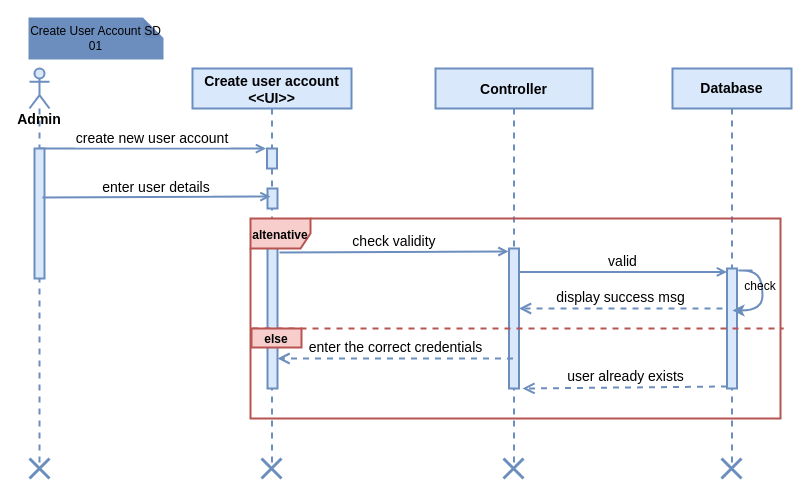
The draw.io diagram page "Create user SD" (1 of 6) of Sequence Diagram.drawio in fasil712/UML_Diagram_Design, before the edit. Source tidied: cells renumbered, new cells numbered last; positions are measured from the earlier drawing's top-left corner, leaving out a move shared by most shapes. Both pictures are drawn from the tidied source at 100%, with x=0, y=0 at pixel (29, 18).
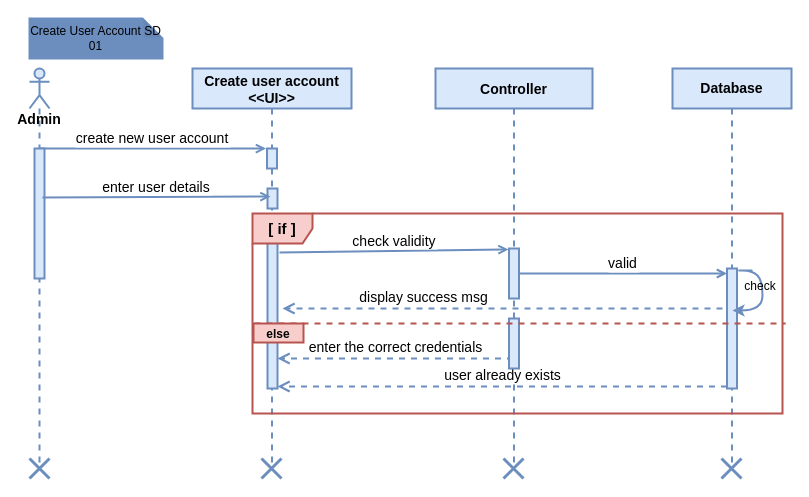
After the change.

The change refers to these unchanged cells:
```xml
<mxCell id="2" style="group;" parent="1" vertex="1">
  <mxGeometry width="762" height="460" as="geometry" />
</mxCell>
<mxCell id="6" style="html=1;points=[];perimeter=orthogonalPerimeter;fillColor=#dae8fc;strokeColor=#6c8ebf;fontSize=16;strokeWidth=2;" parent="3" vertex="1">
  <mxGeometry x="75" y="160" width="10" height="160" as="geometry" />
</mxCell>
<mxCell id="7" value="Controller" style="shape=umlLifeline;perimeter=lifelinePerimeter;rounded=0;shadow=0;strokeWidth=2;fillColor=#dae8fc;strokeColor=#6c8ebf;fontSize=14;fontStyle=1;" parent="2" vertex="1">
  <mxGeometry x="406" y="50" width="157" height="400" as="geometry" />
</mxCell>
<mxCell id="12" value="Database" style="shape=umlLifeline;perimeter=lifelinePerimeter;whiteSpace=wrap;html=1;fillColor=#dae8fc;strokeColor=#6c8ebf;fontSize=14;strokeWidth=2;fontStyle=1;" parent="2" vertex="1">
  <mxGeometry x="643" y="50" width="119" height="400" as="geometry" />
</mxCell>
<mxCell id="13" style="points=[];perimeter=orthogonalPerimeter;rounded=0;shadow=0;strokeWidth=2;fillColor=#dae8fc;strokeColor=#6c8ebf;fontSize=16;" parent="12" vertex="1">
  <mxGeometry x="54.5" y="200" width="10" height="120" as="geometry" />
</mxCell>
```

What changed in the source:
```diff
@@
     <mxCell id="8" style="points=[];perimeter=orthogonalPerimeter;rounded=0;shadow=0;strokeWidth=2;fillColor=#dae8fc;strokeColor=#6c8ebf;fontSize=16;" parent="7" vertex="1">
-      <mxGeometry x="73.5" y="180" width="10" height="140" as="geometry" />
+      <mxGeometry x="73.5" y="180" width="10" height="50" as="geometry" />
     </mxCell>
@@
-    <mxCell id="14" value="user already exists" style="html=1;verticalAlign=bottom;endArrow=open;dashed=1;endSize=8;rounded=0;fontSize=14;fontColor=#000000;strokeColor=#6C8EBF;strokeWidth=2;exitX=-0.2;exitY=0.475;exitDx=0;exitDy=0;exitPerimeter=0;" parent="12" edge="1">
+    <mxCell id="14" value="user already exists" style="html=1;verticalAlign=bottom;endArrow=open;dashed=1;endSize=8;rounded=0;fontSize=14;fontColor=#000000;strokeColor=#6C8EBF;strokeWidth=2;exitX=-0.2;exitY=0.475;exitDx=0;exitDy=0;exitPerimeter=0;" parent="12" edge="1" target="6">
       <mxGeometry relative="1" as="geometry">
         <mxPoint x="54.5" y="318" as="sourcePoint" />
-        <mxPoint x="-150" y="320" as="targetPoint" />
       </mxGeometry>
     </mxCell>
@@
-    <mxCell id="16" value="&lt;b&gt;&lt;font style=&quot;font-size: 12px;&quot;&gt;altenative&lt;/font&gt;&lt;/b&gt;" style="shape=umlFrame;whiteSpace=wrap;html=1;fillColor=#f8cecc;strokeColor=#b85450;fontSize=16;strokeWidth=2;" parent="2" vertex="1">
-      <mxGeometry x="221" y="200" width="530" height="200" as="geometry" />
-    </mxCell>
-    <mxCell id="17" style="endArrow=none;dashed=1;html=1;rounded=0;strokeWidth=2;strokeColor=#b85450;fillColor=#f8cecc;entryX=1.006;entryY=0.55;entryDx=0;entryDy=0;entryPerimeter=0;" parent="2" edge="1" target="16">
-      <mxGeometry relative="1" as="geometry">
-        <mxPoint x="223" y="310" as="sourcePoint" />
-      </mxGeometry>
-    </mxCell>
@@
-    <mxCell id="19" value="&lt;div&gt;&lt;font style=&quot;font-size: 14px;&quot;&gt;display success msg&lt;/font&gt;&lt;/div&gt;" style="html=1;verticalAlign=bottom;endArrow=open;dashed=1;endSize=8;rounded=0;fontSize=14;fontColor=#000000;strokeColor=#6C8EBF;strokeWidth=2;" parent="2" edge="1" target="8">
-      <mxGeometry relative="1" as="geometry">
+    <mxCell id="19" value="&lt;div&gt;&lt;font style=&quot;font-size: 14px;&quot;&gt;display success msg&lt;/font&gt;&lt;/div&gt;" style="html=1;verticalAlign=bottom;endArrow=open;dashed=1;endSize=8;rounded=0;fontSize=14;fontColor=#000000;strokeColor=#6C8EBF;strokeWidth=2;" parent="2" edge="1">
+      <mxGeometry x="0.36" relative="1" as="geometry">
         <mxPoint x="693" y="290" as="sourcePoint" />
+        <mxPoint x="253" y="290" as="targetPoint" />
       </mxGeometry>
     </mxCell>
-    <mxCell id="20" value="&lt;font style=&quot;font-size: 12px;&quot;&gt;&lt;b&gt;else&lt;/b&gt;&lt;/font&gt;" style="text;html=1;strokeColor=#b85450;fillColor=#f8cecc;align=center;verticalAlign=middle;whiteSpace=wrap;rounded=0;fontSize=14;strokeWidth=2;" parent="2" vertex="1">
-      <mxGeometry x="222" y="310" width="50" height="19" as="geometry" />
-    </mxCell>
@@
-    <mxCell id="25" value="valid" style="verticalAlign=bottom;endArrow=open;shadow=0;strokeWidth=2;exitX=1;exitY=0.167;exitDx=0;exitDy=0;exitPerimeter=0;fillColor=#dae8fc;strokeColor=#6c8ebf;fontSize=14;endFill=0;startArrow=none;" parent="2" edge="1" source="8" target="13">
+    <mxCell id="25" value="valid" style="verticalAlign=bottom;endArrow=open;shadow=0;strokeWidth=2;fillColor=#dae8fc;strokeColor=#6c8ebf;fontSize=14;endFill=0;startArrow=none;" parent="2" edge="1" source="8" target="13">
       <mxGeometry relative="1" as="geometry" />
     </mxCell>
@@
+    <mxCell id="30" style="perimeter=orthogonalPerimeter;rounded=0;shadow=0;strokeWidth=2;fillColor=#dae8fc;strokeColor=#6c8ebf;fontSize=16;" parent="2" vertex="1">
+      <mxGeometry x="479.5" y="300" width="10" height="50" as="geometry" />
+    </mxCell>
+    <mxCell id="31" style="group;" parent="2" vertex="1">
+      <mxGeometry x="223" y="195" width="530" height="200" as="geometry" />
+    </mxCell>
+    <mxCell id="16" value="&lt;font style=&quot;font-size: 15px;&quot;&gt;&lt;b&gt;[ if ]&lt;/b&gt;&lt;/font&gt;" style="shape=umlFrame;whiteSpace=wrap;html=1;fillColor=#f8cecc;strokeColor=#b85450;fontSize=16;strokeWidth=2;" parent="31" vertex="1">
+      <mxGeometry width="530" height="200" as="geometry" />
+    </mxCell>
+    <mxCell id="17" style="endArrow=none;dashed=1;html=1;rounded=0;strokeWidth=2;strokeColor=#b85450;fillColor=#f8cecc;entryX=1.006;entryY=0.55;entryDx=0;entryDy=0;entryPerimeter=0;" parent="31" edge="1" target="16">
+      <mxGeometry relative="1" as="geometry">
+        <mxPoint x="2" y="110" as="sourcePoint" />
+      </mxGeometry>
+    </mxCell>
+    <mxCell id="20" value="&lt;b&gt;&lt;font style=&quot;font-size: 12px;&quot;&gt;else&lt;/font&gt;&lt;/b&gt;" style="text;html=1;strokeColor=#b85450;fillColor=#f8cecc;align=center;verticalAlign=middle;whiteSpace=wrap;rounded=0;fontSize=14;strokeWidth=2;" parent="31" vertex="1">
+      <mxGeometry x="1" y="110" width="50" height="19" as="geometry" />
+    </mxCell>
```
